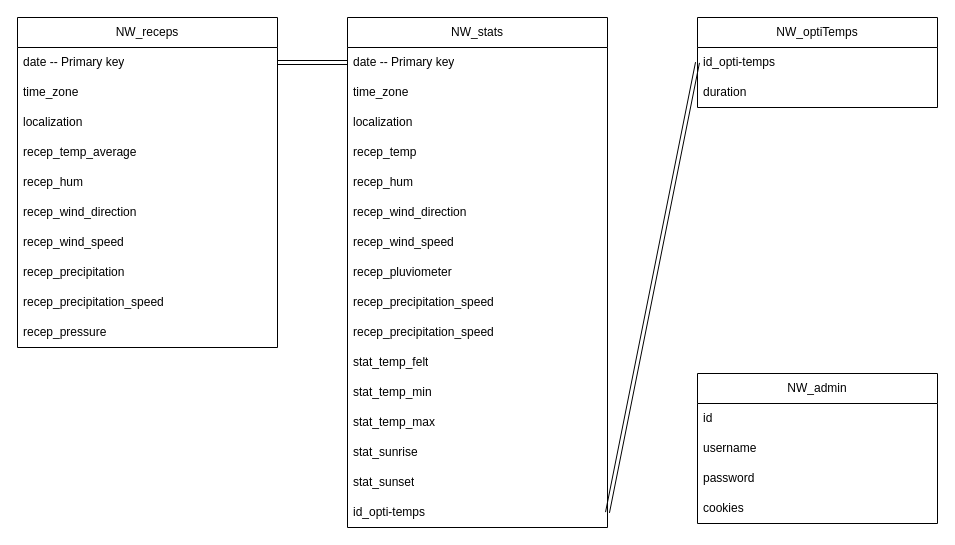
Before: NikaWeather/resources/schema/v4MLD.drawio in Mathuww/Nika-Weather, a draw.io diagram. Source tidied: cells renumbered, new cells numbered last; positions are measured from the earlier drawing's top-left corner, leaving out a move shared by most shapes. Both pictures are drawn from the tidied source at 100%, with x=0, y=0 at pixel (17, 17).
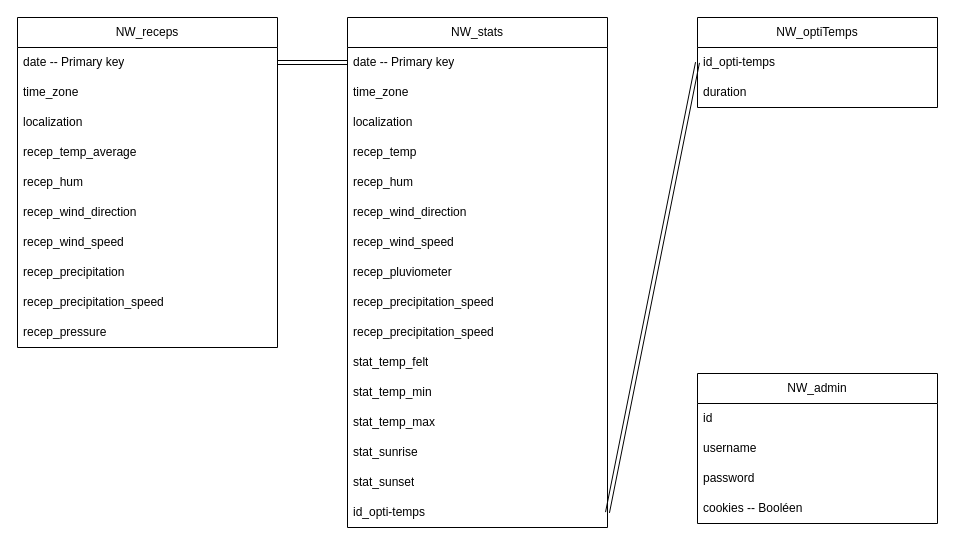
Above is the later version.

The change refers to these unchanged cells:
```xml
<mxCell id="35" value="NW_admin" style="swimlane;fontStyle=0;horizontal=1;startSize=30;whiteSpace=wrap;html=1;" parent="1" vertex="1">
  <mxGeometry x="680" y="356" width="240" height="150" as="geometry" />
</mxCell>
```

Diff of the diagram source:
```diff
@@
-    <mxCell id="39" value="cookies" style="text;strokeColor=none;fillColor=none;align=left;verticalAlign=middle;spacingLeft=4;spacingRight=4;overflow=hidden;whiteSpace=wrap;html=1;" parent="35" vertex="1">
+    <mxCell id="39" value="cookies -- Booléen" style="text;strokeColor=none;fillColor=none;align=left;verticalAlign=middle;spacingLeft=4;spacingRight=4;overflow=hidden;whiteSpace=wrap;html=1;" parent="35" vertex="1">
       <mxGeometry y="120" width="240" height="30" as="geometry" />
     </mxCell>
```
